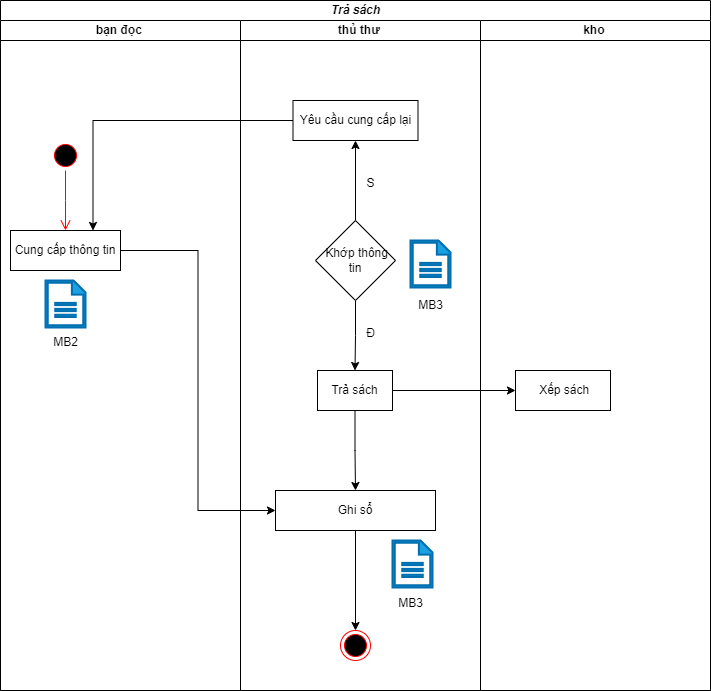
Before: bài tap lớn/Biểu đồ hoạt động-Trả sách.drawio.png, a diagram exported from draw.io (vqh17062001/PTTKHT). Source tidied: cells renumbered, new cells last; positions are measured from the earlier drawing's top-left corner, leaving out a move shared by most shapes.
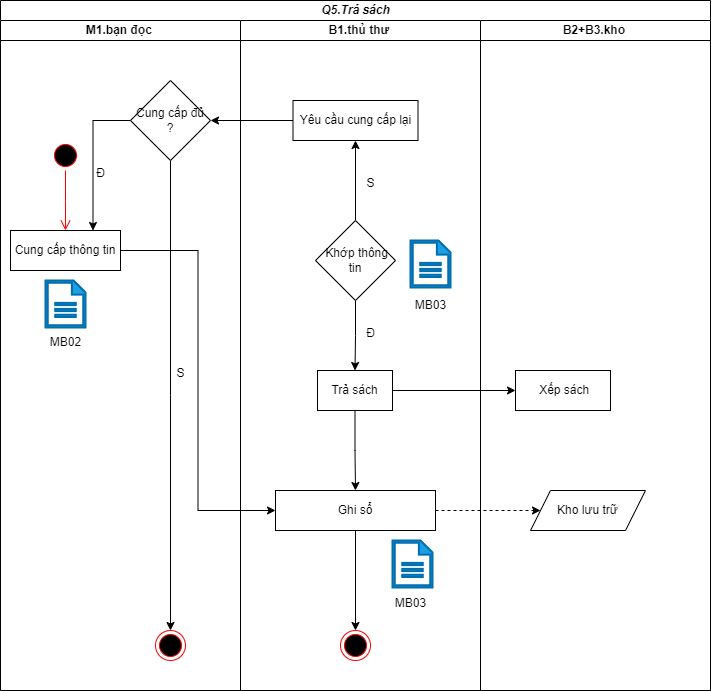
After the change.

Change to the diagram source:
```diff
@@ -2,10 +2,10 @@
   <root>
     <mxCell id="0" />
     <mxCell id="1" parent="0" />
-    <mxCell id="2" value="&lt;b&gt;&lt;i&gt;Trả sách&lt;/i&gt;&lt;/b&gt;" style="swimlane;startSize=20;html=1;" parent="1" vertex="1">
+    <mxCell id="2" value="&lt;b&gt;&lt;i&gt;Q5.Trả sách&lt;/i&gt;&lt;/b&gt;" style="swimlane;startSize=20;html=1;" parent="1" vertex="1">
       <mxGeometry width="710" height="690" as="geometry" />
     </mxCell>
-    <mxCell id="3" value="&lt;b&gt;bạn đọc&amp;nbsp;&lt;/b&gt;" style="swimlane;startSize=20;html=1;" parent="2" vertex="1">
+    <mxCell id="3" value="&lt;b&gt;M1.bạn đọc&amp;nbsp;&lt;/b&gt;" style="swimlane;startSize=20;html=1;" parent="2" vertex="1">
       <mxGeometry y="20" width="240" height="670" as="geometry" />
     </mxCell>
     <mxCell id="4" value="Cung cấp thông tin" style="rounded=0;whiteSpace=wrap;html=1;" parent="3" vertex="1">
@@ -22,10 +22,24 @@
     <mxCell id="7" style="sketch=0;shadow=0;html=1;strokeColor=#006EAF;fillColor=#1ba1e2;labelPosition=center;verticalLabelPosition=bottom;verticalAlign=top;align=center;shape=mxgraph.office.concepts.document;fontColor=#ffffff;strokeWidth=2;" parent="3" vertex="1">
       <mxGeometry x="45" y="260" width="40" height="47" as="geometry" />
     </mxCell>
-    <mxCell id="8" value="MB2" style="text;html=1;align=center;verticalAlign=middle;strokeColor=none;fillColor=none;" parent="3" vertex="1">
+    <mxCell id="8" value="MB02" style="text;html=1;align=center;verticalAlign=middle;strokeColor=none;fillColor=none;" parent="3" vertex="1">
       <mxGeometry x="40" y="307" width="50" height="30" as="geometry" />
     </mxCell>
+    <mxCell id="30" style="edgeStyle=orthogonalEdgeStyle;rounded=0;jettySize=auto;html=1;entryX=0.75;entryY=0;entryDx=0;entryDy=0;" parent="3" edge="1" source="32" target="4">
+      <mxGeometry relative="1" as="geometry" />
+    </mxCell>
+    <mxCell id="31" style="edgeStyle=orthogonalEdgeStyle;rounded=0;jettySize=auto;html=1;" parent="3" edge="1" source="32">
+      <mxGeometry relative="1" as="geometry">
+        <mxPoint x="170" y="610" as="targetPoint" />
+      </mxGeometry>
+    </mxCell>
+    <mxCell id="32" value="Cung cấp đủ ?" style="rhombus;whiteSpace=wrap;html=1;" parent="3" vertex="1">
+      <mxGeometry x="130" y="60" width="80" height="80" as="geometry" />
+    </mxCell>
+    <mxCell id="33" style="ellipse;html=1;shape=endState;fillColor=#000000;strokeColor=#ff0000;" parent="3" vertex="1">
+      <mxGeometry x="155" y="610" width="30" height="30" as="geometry" />
+    </mxCell>
-    <mxCell id="9" value="&lt;b&gt;thủ thư&amp;nbsp;&lt;/b&gt;" style="swimlane;startSize=20;html=1;" parent="2" vertex="1">
+    <mxCell id="9" value="&lt;b&gt;B1.thủ thư&amp;nbsp;&lt;/b&gt;" style="swimlane;startSize=20;html=1;" parent="2" vertex="1">
       <mxGeometry x="240" y="20" width="240" height="670" as="geometry" />
     </mxCell>
     <mxCell id="10" style="edgeStyle=orthogonalEdgeStyle;rounded=0;jettySize=auto;html=1;entryX=0.5;entryY=1;entryDx=0;entryDy=0;" parent="9" edge="1" source="12" target="13">
@@ -58,24 +72,30 @@
     <mxCell id="19" style="sketch=0;shadow=0;html=1;strokeColor=#006EAF;fillColor=#1ba1e2;labelPosition=center;verticalLabelPosition=bottom;verticalAlign=top;align=center;shape=mxgraph.office.concepts.document;fontColor=#ffffff;strokeWidth=2;" parent="9" vertex="1">
       <mxGeometry x="152" y="520" width="40" height="47" as="geometry" />
     </mxCell>
-    <mxCell id="20" value="MB3" style="text;html=1;align=center;verticalAlign=middle;strokeColor=none;fillColor=none;" parent="9" vertex="1">
+    <mxCell id="20" value="MB03" style="text;html=1;align=center;verticalAlign=middle;strokeColor=none;fillColor=none;" parent="9" vertex="1">
       <mxGeometry x="165" y="270" width="50" height="30" as="geometry" />
     </mxCell>
-    <mxCell id="21" value="&lt;b&gt;kho&amp;nbsp;&lt;/b&gt;" style="swimlane;startSize=20;html=1;" parent="2" vertex="1">
+    <mxCell id="21" value="&lt;b&gt;B2+B3.kho&amp;nbsp;&lt;/b&gt;" style="swimlane;startSize=20;html=1;" parent="2" vertex="1">
       <mxGeometry x="480" y="20" width="230" height="670" as="geometry" />
     </mxCell>
     <mxCell id="22" value="&amp;nbsp;Xếp sách" style="rounded=0;whiteSpace=wrap;html=1;" parent="21" vertex="1">
       <mxGeometry x="35" y="350" width="95" height="40" as="geometry" />
     </mxCell>
+    <mxCell id="34" value="Kho lưu trữ" style="shape=parallelogram;perimeter=parallelogramPerimeter;whiteSpace=wrap;html=1;fixedSize=1;" parent="21" vertex="1">
+      <mxGeometry x="50" y="470" width="115" height="40" as="geometry" />
+    </mxCell>
     <mxCell id="23" style="edgeStyle=orthogonalEdgeStyle;rounded=0;jettySize=auto;html=1;entryX=0;entryY=0.5;entryDx=0;entryDy=0;" parent="2" edge="1" source="15" target="22">
       <mxGeometry relative="1" as="geometry" />
     </mxCell>
     <mxCell id="24" style="edgeStyle=orthogonalEdgeStyle;rounded=0;jettySize=auto;html=1;entryX=0;entryY=0.5;entryDx=0;entryDy=0;" parent="2" edge="1" source="4" target="17">
       <mxGeometry relative="1" as="geometry" />
     </mxCell>
-    <mxCell id="25" style="edgeStyle=orthogonalEdgeStyle;rounded=0;jettySize=auto;html=1;entryX=0.75;entryY=0;entryDx=0;entryDy=0;" parent="2" edge="1" source="13" target="4">
+    <mxCell id="25" style="edgeStyle=orthogonalEdgeStyle;rounded=0;jettySize=auto;html=1;entryX=1;entryY=0.5;entryDx=0;entryDy=0;" parent="2" edge="1" source="13" target="32">
       <mxGeometry relative="1" as="geometry" />
     </mxCell>
+    <mxCell id="35" style="edgeStyle=orthogonalEdgeStyle;rounded=0;jettySize=auto;html=1;dashed=1;" parent="2" edge="1" source="17" target="34">
+      <mxGeometry relative="1" as="geometry" />
+    </mxCell>
     <mxCell id="26" value="S" style="text;html=1;align=center;verticalAlign=middle;strokeColor=none;fillColor=none;" parent="1" vertex="1">
       <mxGeometry x="355" y="168" width="30" height="30" as="geometry" />
     </mxCell>
@@ -85,8 +105,14 @@
     <mxCell id="28" style="sketch=0;shadow=0;html=1;strokeColor=#006EAF;fillColor=#1ba1e2;labelPosition=center;verticalLabelPosition=bottom;verticalAlign=top;align=center;shape=mxgraph.office.concepts.document;fontColor=#ffffff;strokeWidth=2;" parent="1" vertex="1">
       <mxGeometry x="410" y="240" width="40" height="47" as="geometry" />
     </mxCell>
-    <mxCell id="29" value="MB3" style="text;html=1;align=center;verticalAlign=middle;strokeColor=none;fillColor=none;" parent="1" vertex="1">
+    <mxCell id="29" value="MB03" style="text;html=1;align=center;verticalAlign=middle;strokeColor=none;fillColor=none;" parent="1" vertex="1">
       <mxGeometry x="385" y="588" width="50" height="30" as="geometry" />
     </mxCell>
+    <mxCell id="36" value="Đ" style="text;html=1;align=center;verticalAlign=middle;strokeColor=none;fillColor=none;" parent="1" vertex="1">
+      <mxGeometry x="85" y="158" width="30" height="30" as="geometry" />
+    </mxCell>
+    <mxCell id="37" value="S" style="text;html=1;align=center;verticalAlign=middle;strokeColor=none;fillColor=none;" parent="1" vertex="1">
+      <mxGeometry x="165" y="358" width="30" height="30" as="geometry" />
+    </mxCell>
   </root>
 </mxGraphModel>
```
